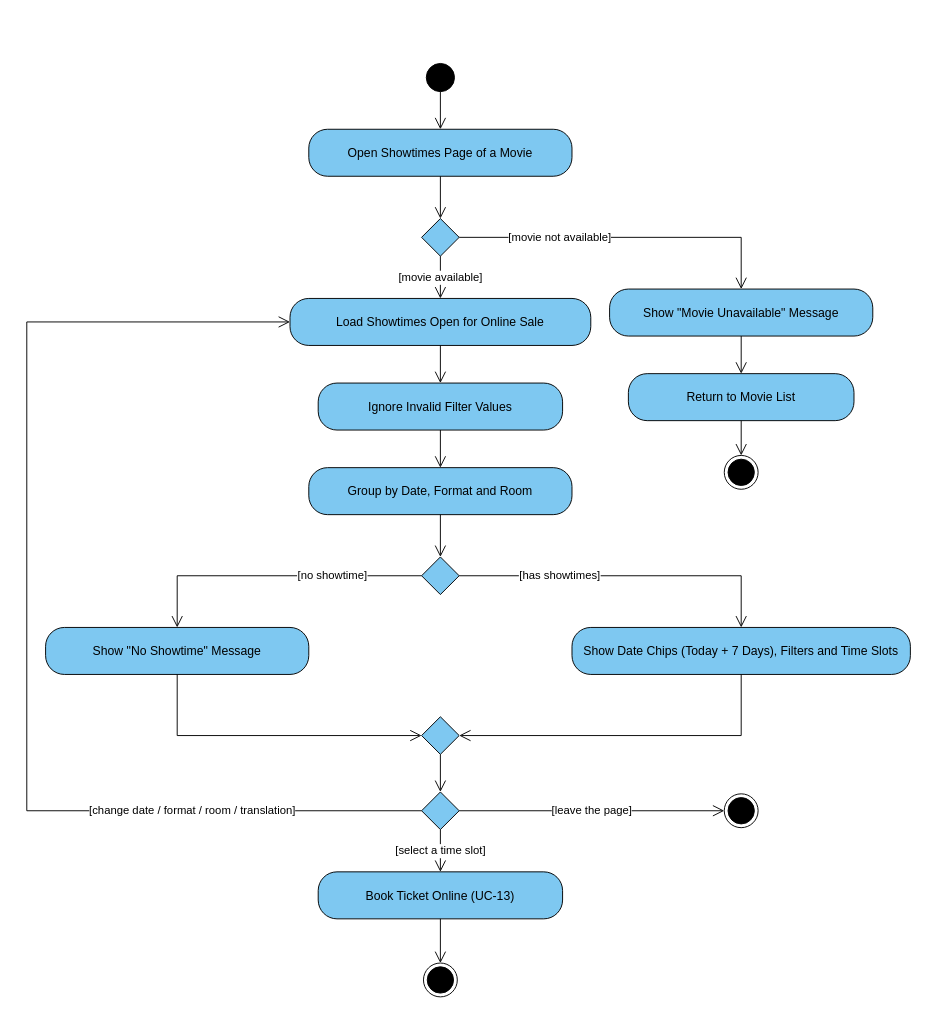
Earlier version of the draw.io diagram page "UC-08 Activity" (2 of 2) of docs/diagrams/UC08_View_Showtimes.drawio (Duongnd-07/CinemaManagementSystem_SE2053_NET_Group2). Source tidied: cells renumbered, new cells numbered last; positions are measured from the earlier drawing's top-left corner, leaving out a move shared by most shapes. Both pictures are drawn from the tidied source at 94%, with x=0, y=0 at pixel (26, 63).
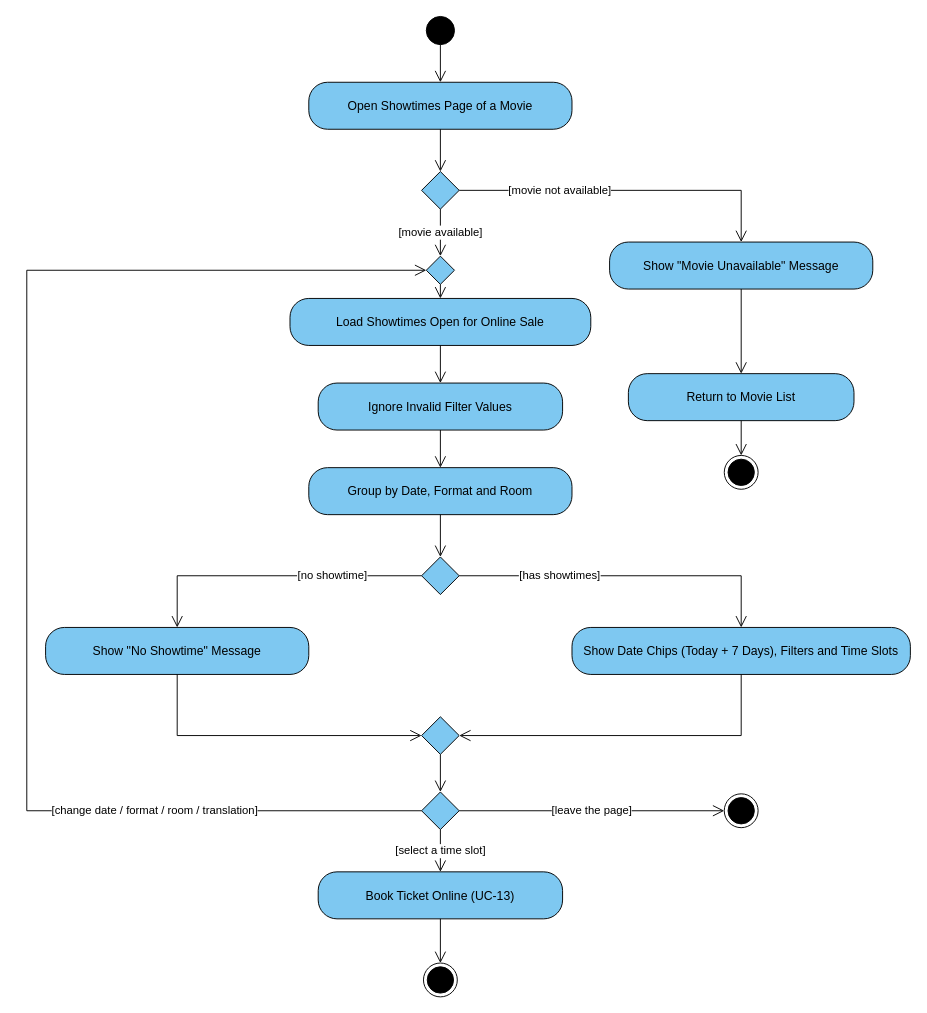
Above is the later version.

The change refers to these unchanged cells:
```xml
<mxCell id="8" value="Load Showtimes Open for Online Sale" style="rounded=1;arcSize=40;whiteSpace=wrap;html=1;fillColor=#7EC8F1;strokeColor=#000000;fontFamily=Helvetica;fontSize=13;" parent="1" vertex="1">
  <mxGeometry x="280" y="250" width="320" height="50" as="geometry" />
</mxCell>
<mxCell id="15" style="rhombus;html=1;fillColor=#7EC8F1;strokeColor=#000000;" parent="1" vertex="1">
  <mxGeometry x="420" y="775" width="40" height="40" as="geometry" />
</mxCell>
```

Change to the diagram source:
```diff
@@
     <mxCell id="2" style="ellipse;html=1;fillColor=#000000;strokeColor=#000000;" parent="1" vertex="1">
-      <mxGeometry x="425" width="30" height="30" as="geometry" />
+      <mxGeometry x="425" y="-50" width="30" height="30" as="geometry" />
     </mxCell>
     <mxCell id="3" value="Open Showtimes Page of a Movie" style="rounded=1;arcSize=40;whiteSpace=wrap;html=1;fillColor=#7EC8F1;strokeColor=#000000;fontFamily=Helvetica;fontSize=13;" parent="1" vertex="1">
-      <mxGeometry x="300" y="70" width="280" height="50" as="geometry" />
+      <mxGeometry x="300" y="20" width="280" height="50" as="geometry" />
     </mxCell>
     <mxCell id="4" style="rhombus;html=1;fillColor=#7EC8F1;strokeColor=#000000;" parent="1" vertex="1">
-      <mxGeometry x="420" y="165" width="40" height="40" as="geometry" />
+      <mxGeometry x="420" y="115" width="40" height="40" as="geometry" />
     </mxCell>
     <mxCell id="5" value="Show &quot;Movie Unavailable&quot; Message" style="rounded=1;arcSize=40;whiteSpace=wrap;html=1;fillColor=#7EC8F1;strokeColor=#000000;fontFamily=Helvetica;fontSize=13;" parent="1" vertex="1">
-      <mxGeometry x="620" y="240" width="280" height="50" as="geometry" />
+      <mxGeometry x="620" y="190" width="280" height="50" as="geometry" />
     </mxCell>
@@
     <mxCell id="21" value="[movie not available]" style="edgeStyle=orthogonalEdgeStyle;rounded=0;html=1;endArrow=open;endSize=10;strokeColor=#000000;exitX=1;exitY=0.5;exitDx=0;exitDy=0;entryX=0.5;entryY=0;entryDx=0;entryDy=0;labelBackgroundColor=#ffffff;fontFamily=Helvetica;fontSize=12;" parent="1" edge="1" source="4" target="5">
       <mxGeometry x="-0.4" relative="1" as="geometry">
         <Array as="points">
-          <mxPoint x="760" y="185" />
+          <mxPoint x="760" y="135" />
         </Array>
       </mxGeometry>
     </mxCell>
@@
-    <mxCell id="24" value="[movie available]" style="edgeStyle=orthogonalEdgeStyle;rounded=0;html=1;endArrow=open;endSize=10;strokeColor=#000000;exitX=0.5;exitY=1;exitDx=0;exitDy=0;entryX=0.5;entryY=0;entryDx=0;entryDy=0;labelBackgroundColor=#ffffff;fontFamily=Helvetica;fontSize=12;" parent="1" edge="1" source="4" target="8">
+    <mxCell id="24" value="[movie available]" style="edgeStyle=orthogonalEdgeStyle;rounded=0;html=1;endArrow=open;endSize=10;strokeColor=#000000;exitX=0.5;exitY=1;exitDx=0;exitDy=0;entryX=0.5;entryY=0;entryDx=0;entryDy=0;labelBackgroundColor=#ffffff;fontFamily=Helvetica;fontSize=12;" parent="1" edge="1" source="4" target="37">
       <mxGeometry relative="1" as="geometry" />
     </mxCell>
@@
-    <mxCell id="36" value="[change date / format / room / translation]" style="edgeStyle=orthogonalEdgeStyle;rounded=0;html=1;endArrow=open;endSize=10;strokeColor=#000000;exitX=0;exitY=0.5;exitDx=0;exitDy=0;entryX=0;entryY=0.5;entryDx=0;entryDy=0;labelBackgroundColor=#ffffff;fontFamily=Helvetica;fontSize=12;" parent="1" edge="1" source="15" target="8">
+    <mxCell id="36" value="[change date / format / room / translation]" style="edgeStyle=orthogonalEdgeStyle;rounded=0;html=1;endArrow=open;endSize=10;strokeColor=#000000;exitX=0;exitY=0.5;exitDx=0;exitDy=0;entryX=0;entryY=0.5;entryDx=0;entryDy=0;labelBackgroundColor=#ffffff;fontFamily=Helvetica;fontSize=12;" parent="1" edge="1" source="15" target="37">
       <mxGeometry x="-0.6" relative="1" as="geometry">
         <Array as="points">
           <mxPoint y="795" />
-          <mxPoint y="275" />
+          <mxPoint y="220" />
         </Array>
       </mxGeometry>
     </mxCell>
+    <mxCell id="37" style="rhombus;html=1;fillColor=#7EC8F1;strokeColor=#000000;" parent="1" vertex="1">
+      <mxGeometry x="425" y="205" width="30" height="30" as="geometry" />
+    </mxCell>
+    <mxCell id="38" style="edgeStyle=orthogonalEdgeStyle;rounded=0;html=1;endArrow=open;endSize=10;strokeColor=#000000;exitX=0.5;exitY=1;exitDx=0;exitDy=0;entryX=0.5;entryY=0;entryDx=0;entryDy=0;labelBackgroundColor=#ffffff;fontFamily=Helvetica;fontSize=12;" parent="1" edge="1" source="37" target="8">
+      <mxGeometry relative="1" as="geometry" />
+    </mxCell>
```
